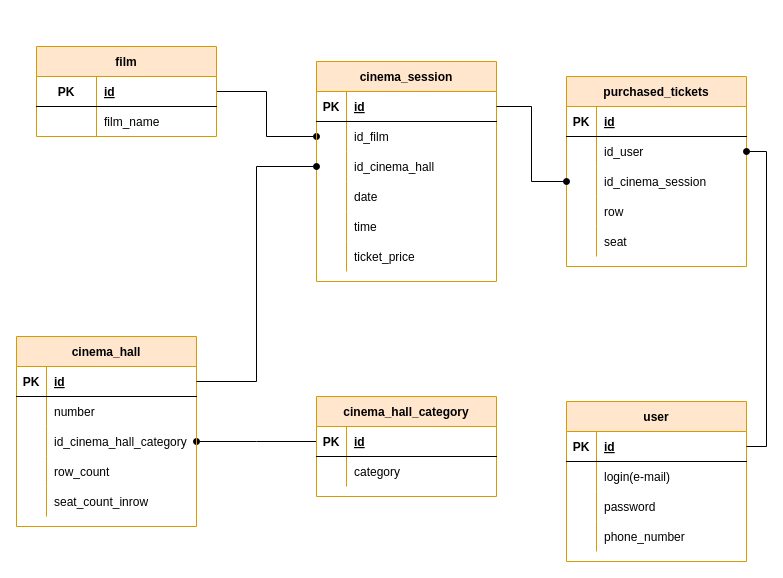
Above: Film.drawio in VikaYakunina/lemongatorade (draw.io), before the change. Source tidied: cells renumbered, new cells numbered last; positions are measured from the earlier drawing's top-left corner, leaving out a move shared by most shapes. Both pictures are drawn from the tidied source at 100%, with x=0, y=0 at pixel (16, 46).
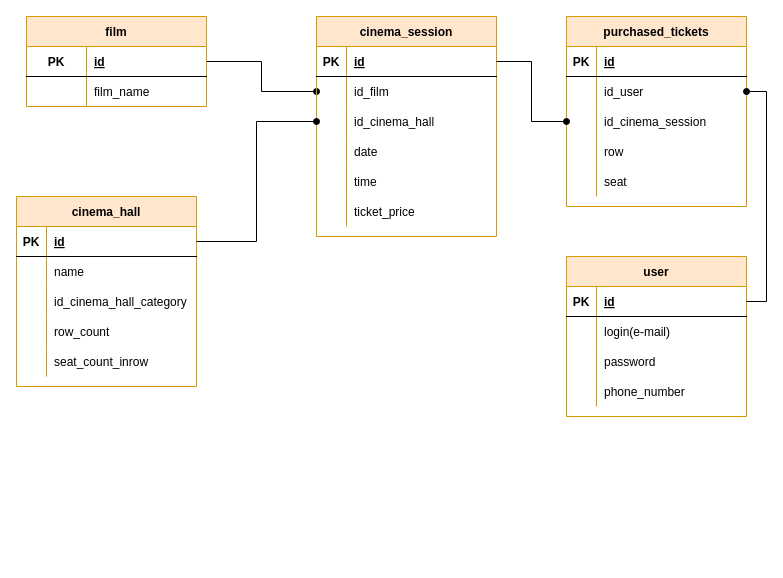
Above is the later version.

The change refers to these unchanged cells:
```xml
<mxCell id="71" style="shape=partialRectangle;fillColor=none;top=0;left=0;bottom=0;right=0;" parent="67" vertex="1">
  <mxGeometry y="60" width="180" height="30" as="geometry" />
</mxCell>
<mxCell id="74" style="shape=partialRectangle;fillColor=none;top=0;left=0;bottom=0;right=0;points=[[0,0.5],[1,0.5]];portConstraint=eastwest;" parent="67" vertex="1">
  <mxGeometry y="90" width="180" height="30" as="geometry" />
</mxCell>
```

Diff of the diagram source:
```diff
@@
     <mxCell id="2" value="purchased_tickets" style="shape=table;startSize=30;childLayout=tableLayout;rowLines=0;fontStyle=1;align=center;fillColor=#ffe6cc;strokeColor=#d79b00;" parent="1" vertex="1">
-      <mxGeometry x="550" y="30" width="180" height="190" as="geometry" />
+      <mxGeometry x="550" y="-30" width="180" height="190" as="geometry" />
     </mxCell>
@@
     <mxCell id="18" value="user" style="shape=table;startSize=30;childLayout=tableLayout;rowLines=0;fontStyle=1;align=center;fillColor=#ffe6cc;strokeColor=#d79b00;" parent="1" vertex="1">
-      <mxGeometry x="550" y="355" width="180" height="160" as="geometry" />
+      <mxGeometry x="550" y="210" width="180" height="160" as="geometry" />
     </mxCell>
@@
-    <mxCell id="32" style="rounded=0;jettySize=auto;html=1;exitX=1;exitY=0.5;exitDx=0;exitDy=0;entryX=0;entryY=0.5;entryDx=0;entryDy=0;startArrow=oval;startFill=1;endArrow=none;endFill=0;edgeStyle=elbowEdgeStyle;" parent="1" edge="1" source="74" target="34">
-      <mxGeometry relative="1" as="geometry" />
-    </mxCell>
-    <mxCell id="33" value="cinema_hall_category" style="shape=table;startSize=30;childLayout=tableLayout;rowLines=0;fontStyle=1;align=center;fillColor=#ffe6cc;strokeColor=#d79b00;" parent="1" vertex="1">
-      <mxGeometry x="300" y="350" width="180" height="100" as="geometry" />
-    </mxCell>
-    <mxCell id="34" style="shape=partialRectangle;fillColor=none;top=0;left=0;bottom=1;right=0;points=[[0,0.5],[1,0.5]];portConstraint=eastwest;" parent="33" vertex="1">
-      <mxGeometry y="30" width="180" height="30" as="geometry" />
-    </mxCell>
-    <mxCell id="35" value="PK" style="shape=partialRectangle;fillColor=none;top=0;left=0;bottom=0;right=0;fontStyle=1;overflow=hidden;" parent="34" vertex="1">
-      <mxGeometry width="30" height="30" as="geometry" />
-    </mxCell>
-    <mxCell id="36" value="id" style="shape=partialRectangle;fillColor=none;top=0;left=0;bottom=0;right=0;align=left;spacingLeft=6;fontStyle=5;overflow=hidden;" parent="34" vertex="1">
-      <mxGeometry x="30" width="150" height="30" as="geometry" />
-    </mxCell>
-    <mxCell id="37" style="shape=partialRectangle;fillColor=none;top=0;left=0;bottom=0;right=0;" parent="33" vertex="1">
-      <mxGeometry y="60" width="180" height="30" as="geometry" />
-    </mxCell>
-    <mxCell id="38" style="shape=partialRectangle;fillColor=none;top=0;left=0;bottom=0;right=0;overflow=hidden;" parent="37" vertex="1">
-      <mxGeometry width="30" height="30" as="geometry" />
-    </mxCell>
-    <mxCell id="39" value="category" style="shape=partialRectangle;fillColor=none;top=0;left=0;bottom=0;right=0;align=left;spacingLeft=6;overflow=hidden;" parent="37" vertex="1">
-      <mxGeometry x="30" width="150" height="30" as="geometry" />
-    </mxCell>
@@
     <mxCell id="41" value="film" style="shape=table;startSize=30;childLayout=tableLayout;rowLines=0;fontStyle=1;align=center;fillColor=#ffe6cc;strokeColor=#d79b00;" parent="1" vertex="1">
-      <mxGeometry x="20" width="180" height="90" as="geometry" />
+      <mxGeometry x="10" y="-30" width="180" height="90" as="geometry" />
     </mxCell>
@@
     <mxCell id="48" value="cinema_session" style="shape=table;startSize=30;childLayout=tableLayout;rowLines=0;fontStyle=1;align=center;fillColor=#ffe6cc;strokeColor=#d79b00;" parent="1" vertex="1">
-      <mxGeometry x="300" y="15" width="180" height="220" as="geometry" />
+      <mxGeometry x="300" y="-30" width="180" height="220" as="geometry" />
     </mxCell>
@@
     <mxCell id="67" value="cinema_hall" style="shape=table;startSize=30;childLayout=tableLayout;rowLines=0;fontStyle=1;align=center;fillColor=#ffe6cc;strokeColor=#d79b00;" parent="1" vertex="1">
-      <mxGeometry y="290" width="180" height="190" as="geometry" />
+      <mxGeometry y="150" width="180" height="190" as="geometry" />
     </mxCell>
@@
-    <mxCell id="73" value="number" style="shape=partialRectangle;fillColor=none;top=0;left=0;bottom=0;right=0;align=left;spacingLeft=6;overflow=hidden;" parent="71" vertex="1">
+    <mxCell id="73" value="name" style="shape=partialRectangle;fillColor=none;top=0;left=0;bottom=0;right=0;align=left;spacingLeft=6;overflow=hidden;" parent="71" vertex="1">
       <mxGeometry x="30" width="150" height="30" as="geometry" />
     </mxCell>
```
